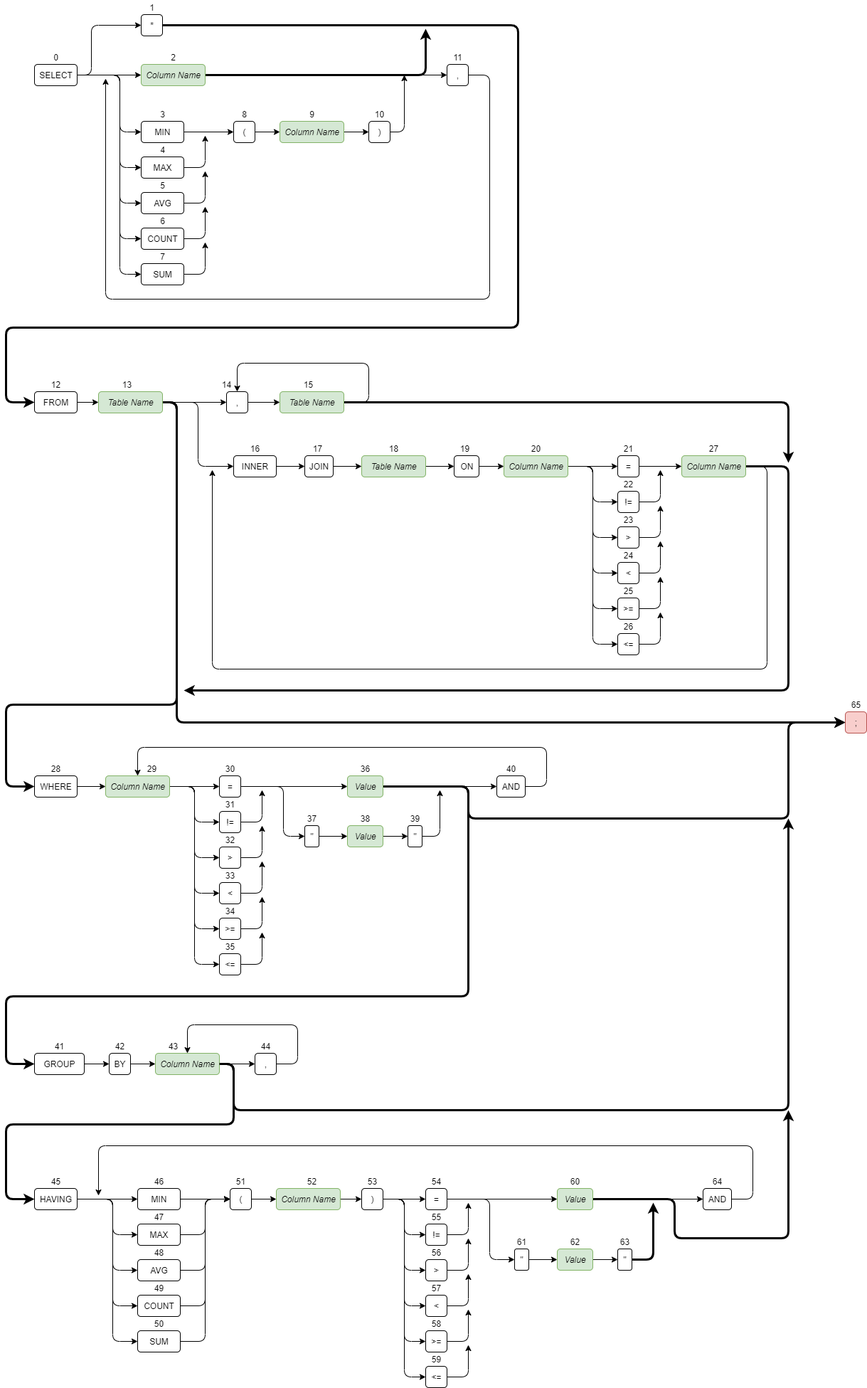
Above: src/files/assets/helpscreen/QueryDiagram.png in DeliciousWaffle/MastersProject (draw.io), before the change. Source tidied: cells renumbered, new cells last; positions are measured from the earlier drawing's top-left corner, leaving out a move shared by most shapes.
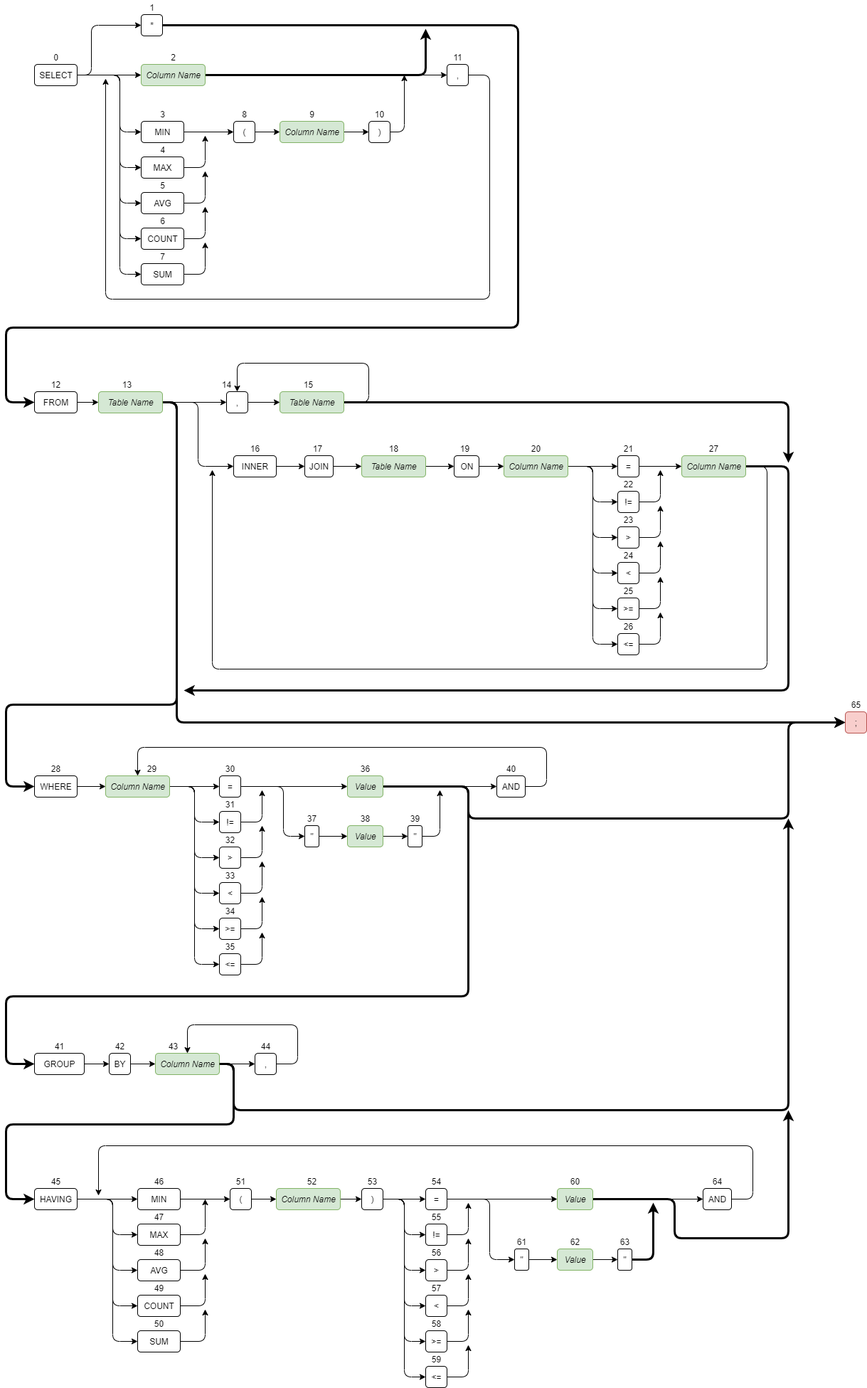
Later version of the same file.

Commit message:
Finished up other diagrams

Change to the diagram source:
```diff
@@ -314,26 +314,34 @@
     <mxCell id="70" value="MIN" style="html=1;rounded=1;" parent="1" vertex="1">
       <mxGeometry x="185" y="1670" width="60" height="30" as="geometry" />
     </mxCell>
-    <mxCell id="71" style="edgeStyle=orthogonalEdgeStyle;jettySize=auto;html=1;exitX=1;exitY=0.5;exitDx=0;exitDy=0;entryX=0;entryY=0.5;entryDx=0;entryDy=0;" parent="1" edge="1" source="72" target="80">
-      <mxGeometry relative="1" as="geometry" />
+    <mxCell id="71" style="edgeStyle=orthogonalEdgeStyle;jettySize=auto;html=1;exitX=1;exitY=0.5;exitDx=0;exitDy=0;" parent="1" edge="1" source="72">
+      <mxGeometry relative="1" as="geometry">
+        <mxPoint x="280" y="1685" as="targetPoint" />
+      </mxGeometry>
     </mxCell>
     <mxCell id="72" value="MAX" style="html=1;rounded=1;" parent="1" vertex="1">
       <mxGeometry x="185" y="1720" width="60" height="30" as="geometry" />
     </mxCell>
-    <mxCell id="73" style="edgeStyle=orthogonalEdgeStyle;jettySize=auto;html=1;exitX=1;exitY=0.5;exitDx=0;exitDy=0;entryX=0;entryY=0.5;entryDx=0;entryDy=0;" parent="1" edge="1" source="74" target="80">
-      <mxGeometry relative="1" as="geometry" />
+    <mxCell id="73" style="edgeStyle=orthogonalEdgeStyle;jettySize=auto;html=1;exitX=1;exitY=0.5;exitDx=0;exitDy=0;" parent="1" edge="1" source="74">
+      <mxGeometry relative="1" as="geometry">
+        <mxPoint x="280" y="1740" as="targetPoint" />
+      </mxGeometry>
     </mxCell>
     <mxCell id="74" value="AVG" style="html=1;rounded=1;" parent="1" vertex="1">
       <mxGeometry x="185" y="1770" width="60" height="30" as="geometry" />
     </mxCell>
-    <mxCell id="75" style="edgeStyle=orthogonalEdgeStyle;jettySize=auto;html=1;exitX=1;exitY=0.5;exitDx=0;exitDy=0;entryX=0;entryY=0.5;entryDx=0;entryDy=0;" parent="1" edge="1" source="76" target="80">
-      <mxGeometry relative="1" as="geometry" />
+    <mxCell id="75" style="edgeStyle=orthogonalEdgeStyle;jettySize=auto;html=1;exitX=1;exitY=0.5;exitDx=0;exitDy=0;" parent="1" edge="1" source="76">
+      <mxGeometry relative="1" as="geometry">
+        <mxPoint x="280" y="1790" as="targetPoint" />
+      </mxGeometry>
     </mxCell>
     <mxCell id="76" value="COUNT" style="html=1;rounded=1;" parent="1" vertex="1">
       <mxGeometry x="185" y="1820" width="60" height="30" as="geometry" />
     </mxCell>
-    <mxCell id="77" style="edgeStyle=orthogonalEdgeStyle;jettySize=auto;html=1;exitX=1;exitY=0.5;exitDx=0;exitDy=0;entryX=0;entryY=0.5;entryDx=0;entryDy=0;" parent="1" edge="1" source="78" target="80">
-      <mxGeometry relative="1" as="geometry" />
+    <mxCell id="77" style="edgeStyle=orthogonalEdgeStyle;jettySize=auto;html=1;exitX=1;exitY=0.5;exitDx=0;exitDy=0;" parent="1" edge="1" source="78">
+      <mxGeometry relative="1" as="geometry">
+        <mxPoint x="280" y="1840" as="targetPoint" />
+      </mxGeometry>
     </mxCell>
     <mxCell id="78" value="SUM" style="html=1;rounded=1;" parent="1" vertex="1">
       <mxGeometry x="185" y="1870" width="60" height="30" as="geometry" />
```
